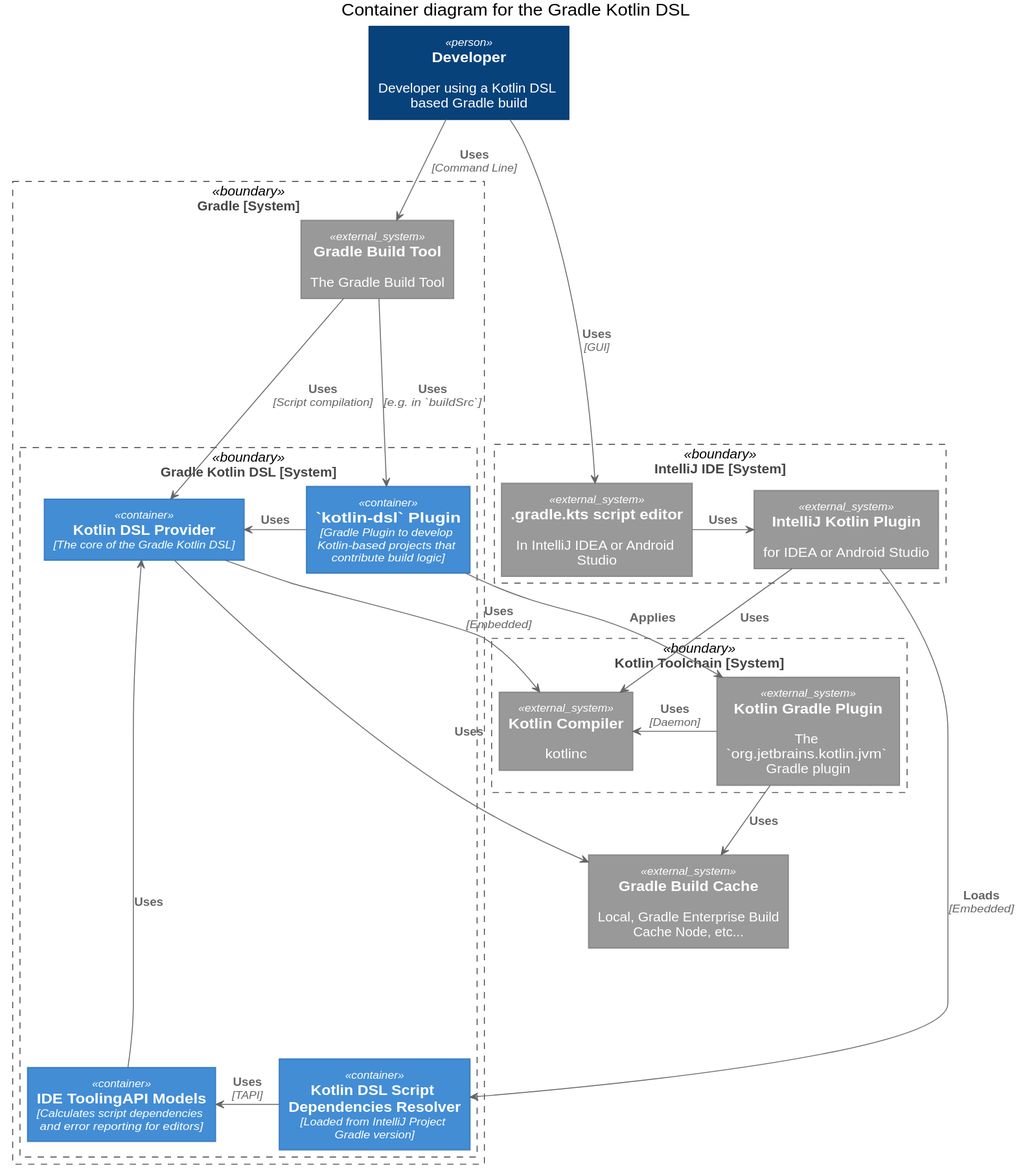
Earlier version of the PlantUML export platforms/core-configuration/kotlin-dsl/doc/c4/images/C4_2_Container.svg (gradle/gradle). The source it was exported from:
```plantuml
@startuml




skinparam defaultTextAlignment center

skinparam wrapWidth 200
skinparam maxMessageSize 150

skinparam rectangle {
    StereotypeFontSize 12
    shadowing false
}

skinparam Arrow {
    Color #666666
    FontColor #666666
    FontSize 12
}

skinparam rectangle<<boundary>> {
    Shadowing false
    StereotypeFontSize 0
    FontSize 12
    FontColor #444444
    BorderColor #444444
    BorderStyle dashed
}






















skinparam rectangle<<person>> {
    StereotypeFontColor #FFFFFF
    FontColor #FFFFFF
    BackgroundColor #08427B
    BorderColor #073B6F
}

skinparam rectangle<<external_person>> {
    StereotypeFontColor #FFFFFF
    FontColor #FFFFFF
    BackgroundColor #686868
    BorderColor #8A8A8A
}

skinparam rectangle<<system>> {
    StereotypeFontColor #FFFFFF
    FontColor #FFFFFF
    BackgroundColor #1168BD
    BorderColor #3C7FC0
}

skinparam rectangle<<external_system>> {
    StereotypeFontColor #FFFFFF
    FontColor #FFFFFF
    BackgroundColor #999999
    BorderColor #8A8A8A
}














skinparam rectangle<<container>> {
    StereotypeFontColor #FFFFFF
    FontColor #FFFFFF
    BackgroundColor #438DD5
    BorderColor #3C7FC0
}







top to bottom direction

title Container diagram for the Gradle Kotlin DSL

rectangle "==Developer\n\n Developer using a Kotlin DSL based Gradle build" <<person>> as dev

rectangle "==Gradle [System]" <<boundary>> as gradleBuildTool {

    rectangle "==Gradle Build Tool\n\n The Gradle Build Tool" <<external_system>> as gradle

    rectangle "==Gradle Kotlin DSL [System]" <<boundary>> as gradleKotlinDsl {

        rectangle "==Kotlin DSL Provider\n//<size:12>[The core of the Gradle Kotlin DSL]</size>//" <<container>> as provider
        rectangle "==IDE ToolingAPI Models\n//<size:12>[Calculates script dependencies and error reporting for editors]</size>//" <<container>> as tapiBuilder
        rectangle "==`kotlin-dsl` Plugin\n//<size:12>[Gradle Plugin to develop Kotlin-based projects that contribute build logic]</size>//" <<container>> as plugin
        rectangle "==Kotlin DSL Script Dependencies Resolver\n//<size:12>[Loaded from IntelliJ Project Gradle version]</size>//" <<container>> as resolver

        tapiBuilder -UP-> provider : "===Uses"
        plugin -> provider : "===Uses"
        resolver -> tapiBuilder : "===Uses\n//<size:12>[TAPI]</size>//"
    }

    gradle --> provider : "===Uses\n//<size:12>[Script compilation]</size>//"
    gradle --> plugin : "===Uses\n//<size:12>[e.g. in `buildSrc`]</size>//"
}

rectangle "==IntelliJ IDE [System]" <<boundary>> as ide {

    rectangle "==.gradle.kts script editor\n\n In IntelliJ IDEA or Android Studio" <<external_system>> as editor
    rectangle "==IntelliJ Kotlin Plugin\n\n for IDEA or Android Studio" <<external_system>> as ideKotlin

    editor -> ideKotlin : "===Uses"
}


rectangle "==Kotlin Toolchain [System]" <<boundary>> as kotlinTools {

    rectangle "==Kotlin Gradle Plugin\n\n The `org.jetbrains.kotlin.jvm` Gradle plugin" <<external_system>> as kgp
    rectangle "==Kotlin Compiler\n\n kotlinc" <<external_system>> as kotlinc

    kgp -> kotlinc : "===Uses\n//<size:12>[Daemon]</size>//"
}

rectangle "==Gradle Build Cache\n\n Local, Gradle Enterprise Build Cache Node, etc..." <<external_system>> as buildCache

dev --> gradle : "===Uses\n//<size:12>[Command Line]</size>//"
dev --> editor : "===Uses\n//<size:12>[GUI]</size>//"

provider --> kotlinc : "===Uses\n//<size:12>[Embedded]</size>//"
plugin --> kgp : "===Applies"

ideKotlin --> kotlinc : "===Uses"
ideKotlin --> resolver : "===Loads\n//<size:12>[Embedded]</size>//"

provider --> buildCache : "===Uses"
kgp --> buildCache : "===Uses"

@enduml
```
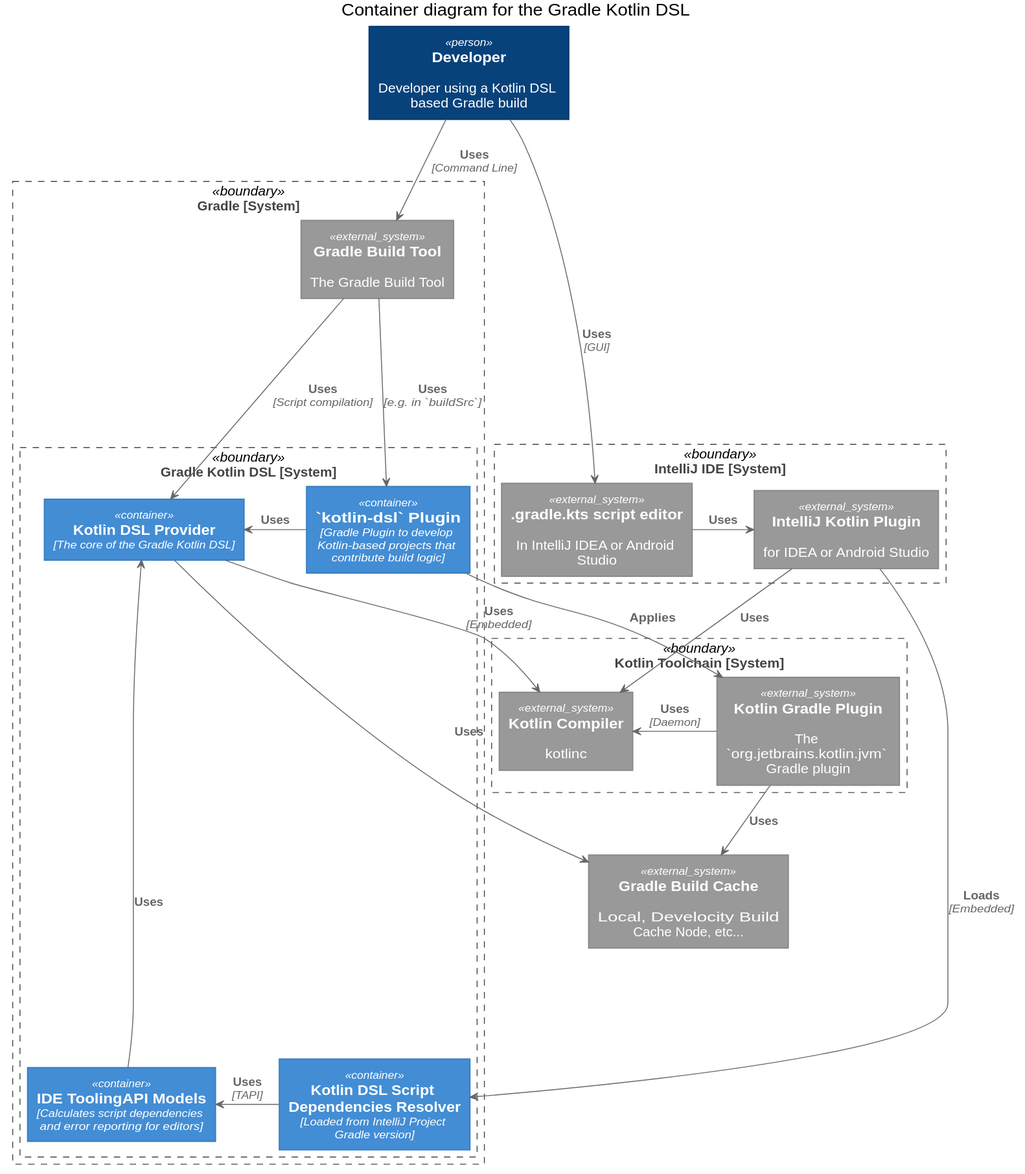
After the change.

Diff of the diagram source:
```diff
@@ -146,7 +146,7 @@
     kgp -> kotlinc : "===Uses\n//<size:12>[Daemon]</size>//"
 }
 
-rectangle "==Gradle Build Cache\n\n Local, Gradle Enterprise Build Cache Node, etc..." <<external_system>> as buildCache
+rectangle "==Gradle Build Cache\n\n Local, Develocity Build Cache Node, etc..." <<external_system>> as buildCache
 
 dev --> gradle : "===Uses\n//<size:12>[Command Line]</size>//"
 dev --> editor : "===Uses\n//<size:12>[GUI]</size>//"
```
